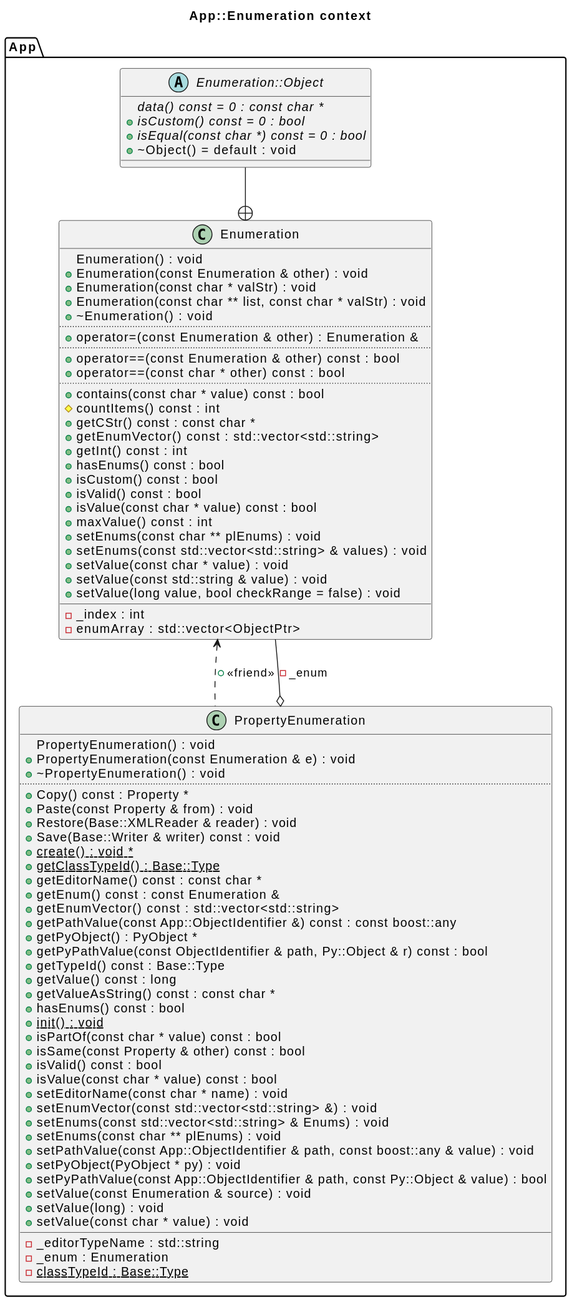
Above: freecad/diagrams/app_Enumeration.svg in bkryza/clang-uml-examples (PlantUML), before the change. Its diagram source:
```plantuml
@startuml
title App::Enumeration context
package [App] as C_0018282610363821501524 {
class "Enumeration" as C_0007437775024332276402
class C_0007437775024332276402 [[https://github.com/FreeCAD/FreeCAD/blob/2fcc5317fe3aee96ca73475986a577719fc78e20/src/App/Enumeration.h#L52{Enumeration}]] {
+Enumeration() : void [[[https://github.com/FreeCAD/FreeCAD/blob/2fcc5317fe3aee96ca73475986a577719fc78e20/src/App/Enumeration.h#L65{Enumeration}]]]
+Enumeration(const Enumeration & other) : void [[[https://github.com/FreeCAD/FreeCAD/blob/2fcc5317fe3aee96ca73475986a577719fc78e20/src/App/Enumeration.h#L68{Enumeration}]]]
+Enumeration(const char * valStr) : void [[[https://github.com/FreeCAD/FreeCAD/blob/2fcc5317fe3aee96ca73475986a577719fc78e20/src/App/Enumeration.h#L71{Enumeration}]]]
+Enumeration(const char ** list, const char * valStr) : void [[[https://github.com/FreeCAD/FreeCAD/blob/2fcc5317fe3aee96ca73475986a577719fc78e20/src/App/Enumeration.h#L74{Enumeration}]]]
+~Enumeration() : void [[[https://github.com/FreeCAD/FreeCAD/blob/2fcc5317fe3aee96ca73475986a577719fc78e20/src/App/Enumeration.h#L77{~Enumeration}]]]
..
+operator=(const Enumeration & other) : Enumeration & [[[https://github.com/FreeCAD/FreeCAD/blob/2fcc5317fe3aee96ca73475986a577719fc78e20/src/App/Enumeration.h#L158{operator=}]]]
..
+operator==(const Enumeration & other) const : bool [[[https://github.com/FreeCAD/FreeCAD/blob/2fcc5317fe3aee96ca73475986a577719fc78e20/src/App/Enumeration.h#L164{operator==}]]]
+operator==(const char * other) const : bool [[[https://github.com/FreeCAD/FreeCAD/blob/2fcc5317fe3aee96ca73475986a577719fc78e20/src/App/Enumeration.h#L170{operator==}]]]
..
+contains(const char * value) const : bool [[[https://github.com/FreeCAD/FreeCAD/blob/2fcc5317fe3aee96ca73475986a577719fc78e20/src/App/Enumeration.h#L125{contains}]]]
#countItems() const : int [[[https://github.com/FreeCAD/FreeCAD/blob/2fcc5317fe3aee96ca73475986a577719fc78e20/src/App/Enumeration.h#L174{countItems}]]]
+getCStr() const : const char * [[[https://github.com/FreeCAD/FreeCAD/blob/2fcc5317fe3aee96ca73475986a577719fc78e20/src/App/Enumeration.h#L131{getCStr}]]]
+getEnumVector() const : std::vector<std::string> [[[https://github.com/FreeCAD/FreeCAD/blob/2fcc5317fe3aee96ca73475986a577719fc78e20/src/App/Enumeration.h#L140{getEnumVector}]]]
+getInt() const : int [[[https://github.com/FreeCAD/FreeCAD/blob/2fcc5317fe3aee96ca73475986a577719fc78e20/src/App/Enumeration.h#L137{getInt}]]]
+hasEnums() const : bool [[[https://github.com/FreeCAD/FreeCAD/blob/2fcc5317fe3aee96ca73475986a577719fc78e20/src/App/Enumeration.h#L143{hasEnums}]]]
+isCustom() const : bool [[[https://github.com/FreeCAD/FreeCAD/blob/2fcc5317fe3aee96ca73475986a577719fc78e20/src/App/Enumeration.h#L155{isCustom}]]]
+isValid() const : bool [[[https://github.com/FreeCAD/FreeCAD/blob/2fcc5317fe3aee96ca73475986a577719fc78e20/src/App/Enumeration.h#L146{isValid}]]]
+isValue(const char * value) const : bool [[[https://github.com/FreeCAD/FreeCAD/blob/2fcc5317fe3aee96ca73475986a577719fc78e20/src/App/Enumeration.h#L122{isValue}]]]
+maxValue() const : int [[[https://github.com/FreeCAD/FreeCAD/blob/2fcc5317fe3aee96ca73475986a577719fc78e20/src/App/Enumeration.h#L152{maxValue}]]]
+setEnums(const char ** plEnums) : void [[[https://github.com/FreeCAD/FreeCAD/blob/2fcc5317fe3aee96ca73475986a577719fc78e20/src/App/Enumeration.h#L91{setEnums}]]]
+setEnums(const std::vector<std::string> & values) : void [[[https://github.com/FreeCAD/FreeCAD/blob/2fcc5317fe3aee96ca73475986a577719fc78e20/src/App/Enumeration.h#L104{setEnums}]]]
+setValue(const char * value) : void [[[https://github.com/FreeCAD/FreeCAD/blob/2fcc5317fe3aee96ca73475986a577719fc78e20/src/App/Enumeration.h#L107{setValue}]]]
+setValue(const std::string & value) : void [[[https://github.com/FreeCAD/FreeCAD/blob/2fcc5317fe3aee96ca73475986a577719fc78e20/src/App/Enumeration.h#L110{setValue}]]]
+setValue(long value, bool checkRange = false) : void [[[https://github.com/FreeCAD/FreeCAD/blob/2fcc5317fe3aee96ca73475986a577719fc78e20/src/App/Enumeration.h#L119{setValue}]]]
__
-_index : int [[[https://github.com/FreeCAD/FreeCAD/blob/2fcc5317fe3aee96ca73475986a577719fc78e20/src/App/Enumeration.h#L186{_index}]]]
-enumArray : std::vector<ObjectPtr> [[[https://github.com/FreeCAD/FreeCAD/blob/2fcc5317fe3aee96ca73475986a577719fc78e20/src/App/Enumeration.h#L179{enumArray}]]]
}
abstract "Enumeration::Object" as C_0006323324694372464875
abstract C_0006323324694372464875 [[https://github.com/FreeCAD/FreeCAD/blob/2fcc5317fe3aee96ca73475986a577719fc78e20/src/App/Enumeration.h#L55{Enumeration::Object}]] {
{abstract} +data() const = 0 : const char * [[[https://github.com/FreeCAD/FreeCAD/blob/2fcc5317fe3aee96ca73475986a577719fc78e20/src/App/Enumeration.h#L58{data}]]]
{abstract} +isCustom() const = 0 : bool [[[https://github.com/FreeCAD/FreeCAD/blob/2fcc5317fe3aee96ca73475986a577719fc78e20/src/App/Enumeration.h#L60{isCustom}]]]
{abstract} +isEqual(const char *) const = 0 : bool [[[https://github.com/FreeCAD/FreeCAD/blob/2fcc5317fe3aee96ca73475986a577719fc78e20/src/App/Enumeration.h#L59{isEqual}]]]
+~Object() = default : void [[[https://github.com/FreeCAD/FreeCAD/blob/2fcc5317fe3aee96ca73475986a577719fc78e20/src/App/Enumeration.h#L57{~Object}]]]
__
}
class "PropertyEnumeration" as C_0004953339373382161483
class C_0004953339373382161483 [[https://github.com/FreeCAD/FreeCAD/blob/2fcc5317fe3aee96ca73475986a577719fc78e20/src/App/PropertyStandard.h#L146{PropertyEnumeration}]] {
+PropertyEnumeration() : void [[[https://github.com/FreeCAD/FreeCAD/blob/2fcc5317fe3aee96ca73475986a577719fc78e20/src/App/PropertyStandard.h#L152{PropertyEnumeration}]]]
+PropertyEnumeration(const Enumeration & e) : void [[[https://github.com/FreeCAD/FreeCAD/blob/2fcc5317fe3aee96ca73475986a577719fc78e20/src/App/PropertyStandard.h#L155{PropertyEnumeration}]]]
+~PropertyEnumeration() : void [[[https://github.com/FreeCAD/FreeCAD/blob/2fcc5317fe3aee96ca73475986a577719fc78e20/src/App/PropertyStandard.h#L158{~PropertyEnumeration}]]]
..
+Copy() const : Property * [[[https://github.com/FreeCAD/FreeCAD/blob/2fcc5317fe3aee96ca73475986a577719fc78e20/src/App/PropertyStandard.h#L228{Copy}]]]
+Paste(const Property & from) : void [[[https://github.com/FreeCAD/FreeCAD/blob/2fcc5317fe3aee96ca73475986a577719fc78e20/src/App/PropertyStandard.h#L229{Paste}]]]
+Restore(Base::XMLReader & reader) : void [[[https://github.com/FreeCAD/FreeCAD/blob/2fcc5317fe3aee96ca73475986a577719fc78e20/src/App/PropertyStandard.h#L226{Restore}]]]
+Save(Base::Writer & writer) const : void [[[https://github.com/FreeCAD/FreeCAD/blob/2fcc5317fe3aee96ca73475986a577719fc78e20/src/App/PropertyStandard.h#L225{Save}]]]
{static} +create() : void * [[[https://github.com/FreeCAD/FreeCAD/blob/2fcc5317fe3aee96ca73475986a577719fc78e20/src/Base/BaseClass.h#L52{create}]]]
{static} +getClassTypeId() : Base::Type [[[https://github.com/FreeCAD/FreeCAD/blob/2fcc5317fe3aee96ca73475986a577719fc78e20/src/Base/BaseClass.h#L49{getClassTypeId}]]]
+getEditorName() const : const char * [[[https://github.com/FreeCAD/FreeCAD/blob/2fcc5317fe3aee96ca73475986a577719fc78e20/src/App/PropertyStandard.h#L219{getEditorName}]]]
+getEnum() const : const Enumeration & [[[https://github.com/FreeCAD/FreeCAD/blob/2fcc5317fe3aee96ca73475986a577719fc78e20/src/App/PropertyStandard.h#L205{getEnum}]]]
+getEnumVector() const : std::vector<std::string> [[[https://github.com/FreeCAD/FreeCAD/blob/2fcc5317fe3aee96ca73475986a577719fc78e20/src/App/PropertyStandard.h#L208{getEnumVector}]]]
+getPathValue(const App::ObjectIdentifier &) const : const boost::any [[[https://github.com/FreeCAD/FreeCAD/blob/2fcc5317fe3aee96ca73475986a577719fc78e20/src/App/PropertyStandard.h#L233{getPathValue}]]]
+getPyObject() : PyObject * [[[https://github.com/FreeCAD/FreeCAD/blob/2fcc5317fe3aee96ca73475986a577719fc78e20/src/App/PropertyStandard.h#L222{getPyObject}]]]
+getPyPathValue(const ObjectIdentifier & path, Py::Object & r) const : bool [[[https://github.com/FreeCAD/FreeCAD/blob/2fcc5317fe3aee96ca73475986a577719fc78e20/src/App/PropertyStandard.h#L234{getPyPathValue}]]]
+getTypeId() const : Base::Type [[[https://github.com/FreeCAD/FreeCAD/blob/2fcc5317fe3aee96ca73475986a577719fc78e20/src/Base/BaseClass.h#L50{getTypeId}]]]
+getValue() const : long [[[https://github.com/FreeCAD/FreeCAD/blob/2fcc5317fe3aee96ca73475986a577719fc78e20/src/App/PropertyStandard.h#L193{getValue}]]]
+getValueAsString() const : const char * [[[https://github.com/FreeCAD/FreeCAD/blob/2fcc5317fe3aee96ca73475986a577719fc78e20/src/App/PropertyStandard.h#L202{getValueAsString}]]]
+hasEnums() const : bool [[[https://github.com/FreeCAD/FreeCAD/blob/2fcc5317fe3aee96ca73475986a577719fc78e20/src/App/PropertyStandard.h#L213{hasEnums}]]]
{static} +init() : void [[[https://github.com/FreeCAD/FreeCAD/blob/2fcc5317fe3aee96ca73475986a577719fc78e20/src/Base/BaseClass.h#L51{init}]]]
+isPartOf(const char * value) const : bool [[[https://github.com/FreeCAD/FreeCAD/blob/2fcc5317fe3aee96ca73475986a577719fc78e20/src/App/PropertyStandard.h#L199{isPartOf}]]]
+isSame(const Property & other) const : bool [[[https://github.com/FreeCAD/FreeCAD/blob/2fcc5317fe3aee96ca73475986a577719fc78e20/src/App/PropertyStandard.h#L236{isSame}]]]
+isValid() const : bool [[[https://github.com/FreeCAD/FreeCAD/blob/2fcc5317fe3aee96ca73475986a577719fc78e20/src/App/PropertyStandard.h#L216{isValid}]]]
+isValue(const char * value) const : bool [[[https://github.com/FreeCAD/FreeCAD/blob/2fcc5317fe3aee96ca73475986a577719fc78e20/src/App/PropertyStandard.h#L196{isValue}]]]
+setEditorName(const char * name) : void [[[https://github.com/FreeCAD/FreeCAD/blob/2fcc5317fe3aee96ca73475986a577719fc78e20/src/App/PropertyStandard.h#L220{setEditorName}]]]
+setEnumVector(const std::vector<std::string> &) : void [[[https://github.com/FreeCAD/FreeCAD/blob/2fcc5317fe3aee96ca73475986a577719fc78e20/src/App/PropertyStandard.h#L211{setEnumVector}]]]
+setEnums(const std::vector<std::string> & Enums) : void [[[https://github.com/FreeCAD/FreeCAD/blob/2fcc5317fe3aee96ca73475986a577719fc78e20/src/App/PropertyStandard.h#L176{setEnums}]]]
+setEnums(const char ** plEnums) : void [[[https://github.com/FreeCAD/FreeCAD/blob/2fcc5317fe3aee96ca73475986a577719fc78e20/src/App/PropertyStandard.h#L171{setEnums}]]]
+setPathValue(const App::ObjectIdentifier & path, const boost::any & value) : void [[[https://github.com/FreeCAD/FreeCAD/blob/2fcc5317fe3aee96ca73475986a577719fc78e20/src/App/PropertyStandard.h#L231{setPathValue}]]]
+setPyObject(PyObject * py) : void [[[https://github.com/FreeCAD/FreeCAD/blob/2fcc5317fe3aee96ca73475986a577719fc78e20/src/App/PropertyStandard.h#L223{setPyObject}]]]
+setPyPathValue(const App::ObjectIdentifier & path, const Py::Object & value) : bool [[[https://github.com/FreeCAD/FreeCAD/blob/2fcc5317fe3aee96ca73475986a577719fc78e20/src/App/PropertyStandard.h#L232{setPyPathValue}]]]
+setValue(const Enumeration & source) : void [[[https://github.com/FreeCAD/FreeCAD/blob/2fcc5317fe3aee96ca73475986a577719fc78e20/src/App/PropertyStandard.h#L190{setValue}]]]
+setValue(long) : void [[[https://github.com/FreeCAD/FreeCAD/blob/2fcc5317fe3aee96ca73475986a577719fc78e20/src/App/PropertyStandard.h#L187{setValue}]]]
+setValue(const char * value) : void [[[https://github.com/FreeCAD/FreeCAD/blob/2fcc5317fe3aee96ca73475986a577719fc78e20/src/App/PropertyStandard.h#L181{setValue}]]]
__
-_editorTypeName : std::string [[[https://github.com/FreeCAD/FreeCAD/blob/2fcc5317fe3aee96ca73475986a577719fc78e20/src/App/PropertyStandard.h#L246{_editorTypeName}]]]
-_enum : Enumeration [[[https://github.com/FreeCAD/FreeCAD/blob/2fcc5317fe3aee96ca73475986a577719fc78e20/src/App/PropertyStandard.h#L245{_enum}]]]
{static} -classTypeId : Base::Type [[[https://github.com/FreeCAD/FreeCAD/blob/2fcc5317fe3aee96ca73475986a577719fc78e20/src/Base/BaseClass.h#L55{classTypeId}]]]
}
}
C_0007437775024332276402 <.. C_0004953339373382161483 : +<<friend>>
C_0006323324694372464875 --+ C_0007437775024332276402
C_0004953339373382161483 o-- C_0007437775024332276402 [[https://github.com/FreeCAD/FreeCAD/blob/2fcc5317fe3aee96ca73475986a577719fc78e20/src/App/PropertyStandard.h#L245{_enum}]] : -_enum

@enduml
```
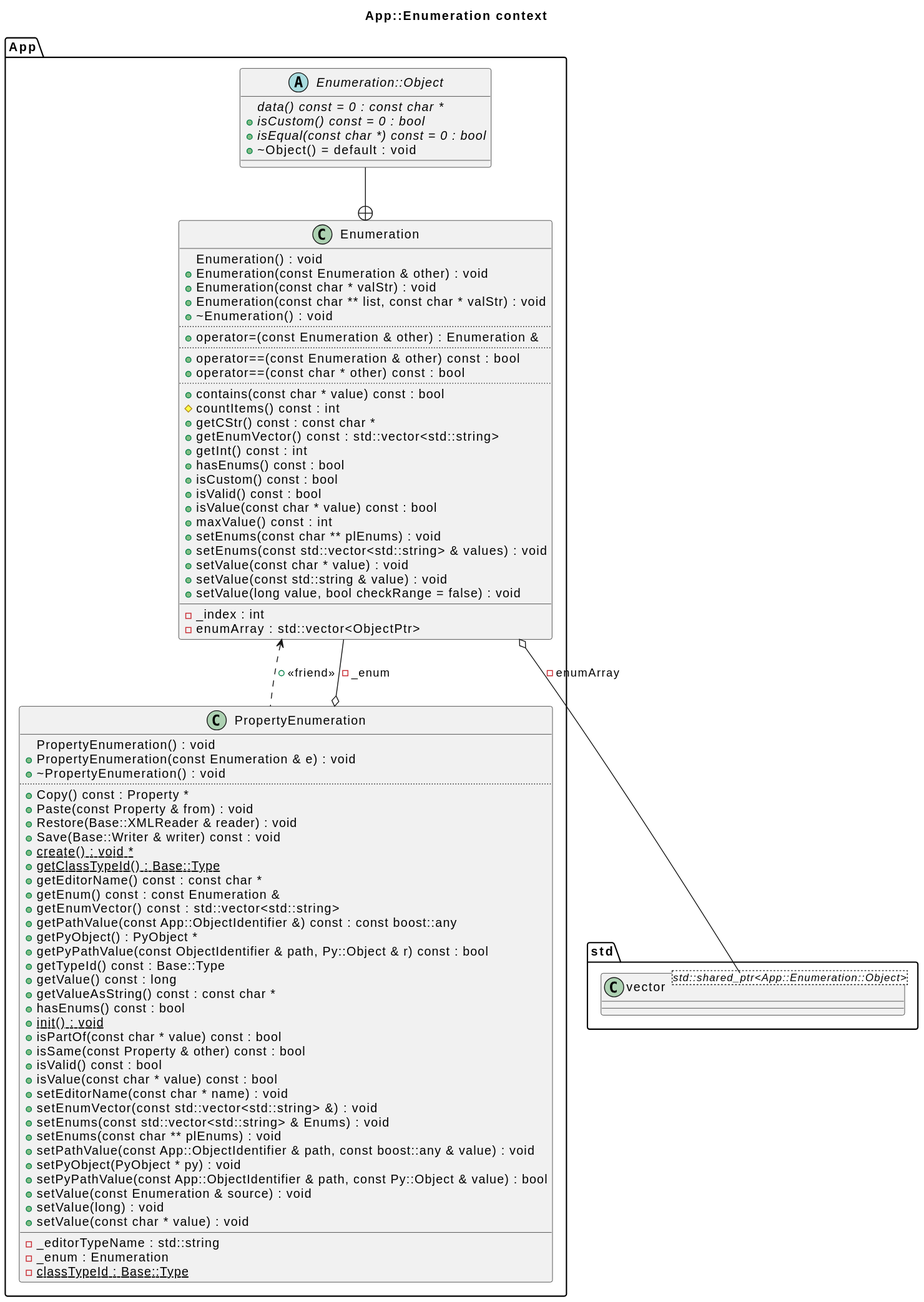
After the commit.

The edit, as a diff of the source:
```diff
@@ -1,5 +1,11 @@
 @startuml
 title App::Enumeration context
+package [std] as C_0009971158671206323968 {
+class "vector<std::shared_ptr<App::Enumeration::Object>>" as C_0006812624800376789489
+class C_0006812624800376789489 [[https://github.com/FreeCAD/FreeCAD/blob/2fcc5317fe3aee96ca73475986a577719fc78e20/src/App/Enumeration.h#L179{vector}]] {
+__
+}
+}
 package [App] as C_0018282610363821501524 {
 class "Enumeration" as C_0007437775024332276402
 class C_0007437775024332276402 [[https://github.com/FreeCAD/FreeCAD/blob/2fcc5317fe3aee96ca73475986a577719fc78e20/src/App/Enumeration.h#L52{Enumeration}]] {
@@ -84,6 +90,7 @@
 {static} -classTypeId : Base::Type [[[https://github.com/FreeCAD/FreeCAD/blob/2fcc5317fe3aee96ca73475986a577719fc78e20/src/Base/BaseClass.h#L55{classTypeId}]]]
 }
 }
+C_0007437775024332276402 o-- C_0006812624800376789489 [[https://github.com/FreeCAD/FreeCAD/blob/2fcc5317fe3aee96ca73475986a577719fc78e20/src/App/Enumeration.h#L179{enumArray}]] : -enumArray
 C_0007437775024332276402 <.. C_0004953339373382161483 : +<<friend>>
 C_0006323324694372464875 --+ C_0007437775024332276402
 C_0004953339373382161483 o-- C_0007437775024332276402 [[https://github.com/FreeCAD/FreeCAD/blob/2fcc5317fe3aee96ca73475986a577719fc78e20/src/App/PropertyStandard.h#L245{_enum}]] : -_enum
```
